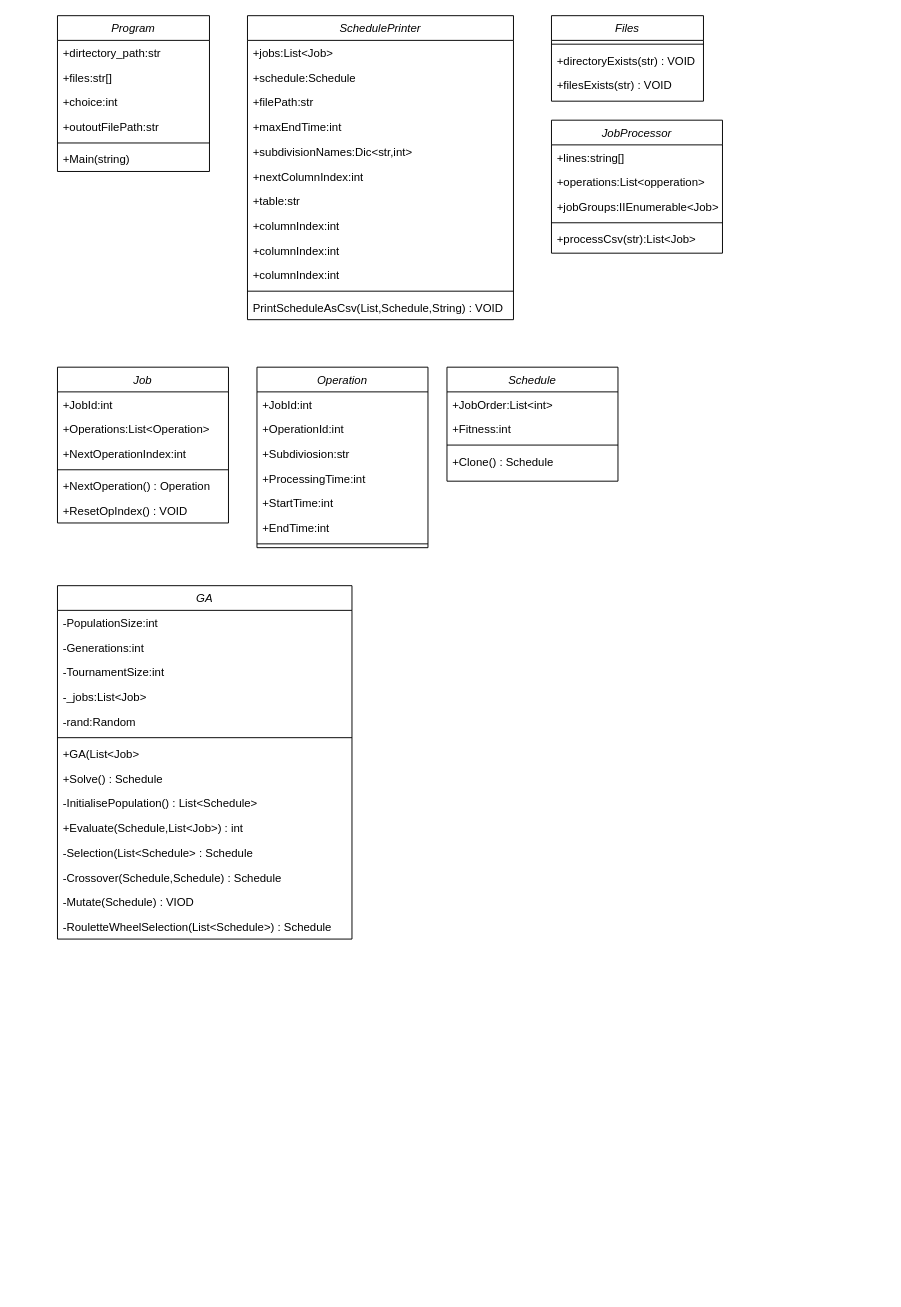
This is jssp/UML/UML.drawio from fynley17/JSSP, a draw.io file, before an edit. Source tidied: cells renumbered, new cells numbered last; positions are measured from the earlier drawing's top-left corner, leaving out a move shared by most shapes. Both pictures are drawn from the tidied source at 95%, with x=0, y=0 at pixel (57, 15).
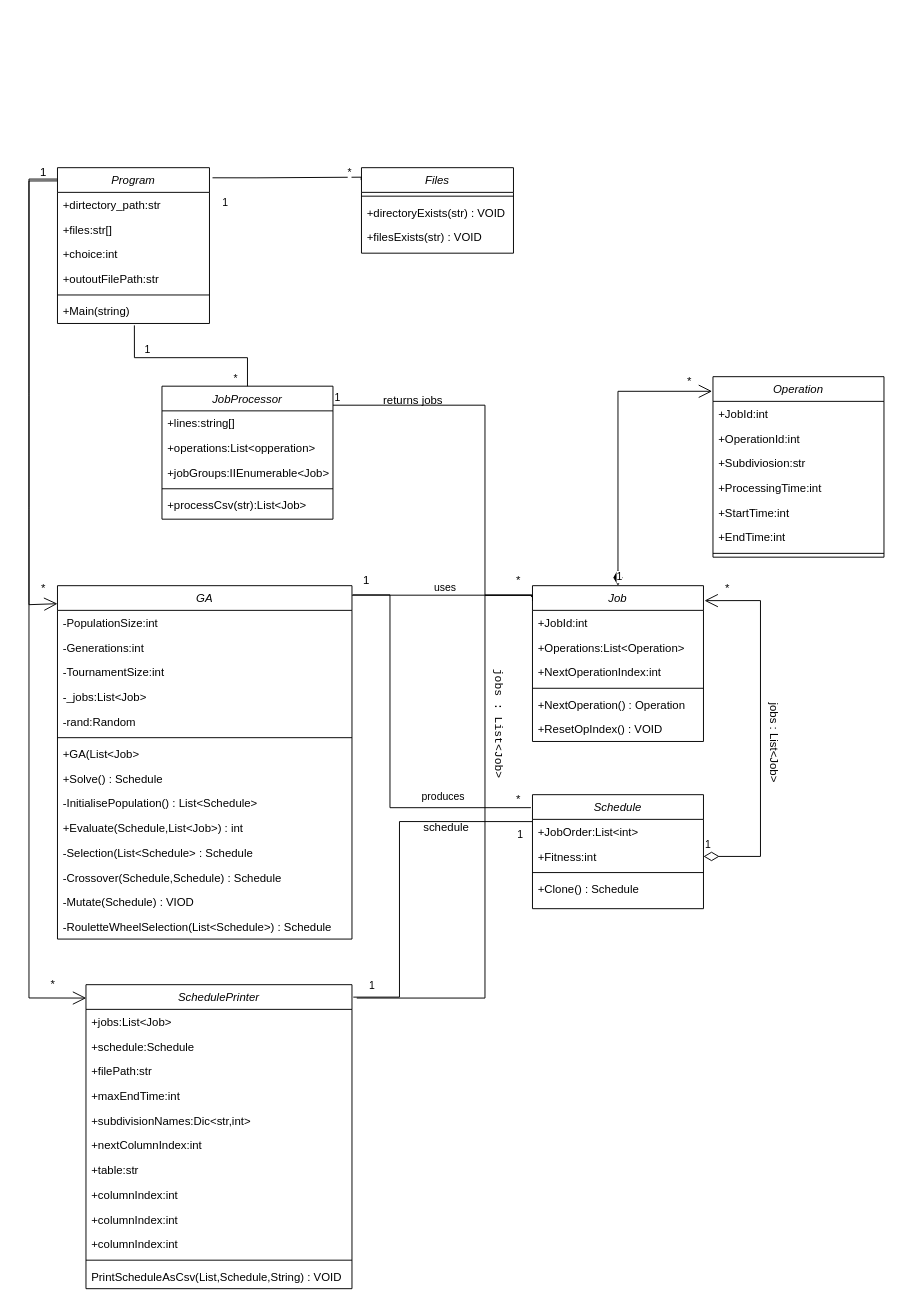
After the change.

Commit message:
finishing uml

The change refers to these unchanged cells:
```xml
<mxCell id="8" value="+Main(string)" style="text;align=left;verticalAlign=top;spacingLeft=4;spacingRight=4;overflow=hidden;points=[[0,0.5],[1,0.5]];portConstraint=eastwest;" parent="2" vertex="1">
  <mxGeometry y="138" width="160" height="26" as="geometry" />
</mxCell>
<mxCell id="48" value="+JobOrder:List&lt;int&gt;" style="text;align=left;verticalAlign=top;spacingLeft=4;spacingRight=4;overflow=hidden;points=[[0,0.5],[1,0.5]];portConstraint=eastwest;" parent="47" vertex="1">
  <mxGeometry y="26" width="180" height="26" as="geometry" />
</mxCell>
<mxCell id="49" value="+Fitness:int" style="text;align=left;verticalAlign=top;spacingLeft=4;spacingRight=4;overflow=hidden;points=[[0,0.5],[1,0.5]];portConstraint=eastwest;rounded=0;shadow=0;html=0;" parent="47" vertex="1">
  <mxGeometry y="52" width="180" height="26" as="geometry" />
</mxCell>
<mxCell id="52" value="GA" style="swimlane;fontStyle=2;align=center;verticalAlign=top;horizontal=1;startSize=26;rounded=0;shadow=0;strokeWidth=1;" parent="1" vertex="1">
  <mxGeometry y="600" width="310" height="372" as="geometry" />
</mxCell>
```

Diff of the diagram source:
```diff
@@
     <mxCell id="2" value="Program" style="swimlane;fontStyle=2;align=center;verticalAlign=top;horizontal=1;startSize=26;rounded=0;shadow=0;strokeWidth=1;" parent="1" vertex="1">
-      <mxGeometry width="160" height="164" as="geometry" />
+      <mxGeometry y="160" width="160" height="164" as="geometry" />
     </mxCell>
@@
     <mxCell id="9" value="SchedulePrinter" style="swimlane;fontStyle=2;align=center;verticalAlign=top;horizontal=1;startSize=26;rounded=0;shadow=0;strokeWidth=1;" parent="1" vertex="1">
-      <mxGeometry x="200" width="280" height="320" as="geometry" />
+      <mxGeometry x="30" y="1020" width="280" height="320" as="geometry" />
     </mxCell>
@@
     <mxCell id="22" value="Files" style="swimlane;fontStyle=2;align=center;verticalAlign=top;horizontal=1;startSize=26;rounded=0;shadow=0;strokeWidth=1;" parent="1" vertex="1">
-      <mxGeometry x="520" width="160" height="90" as="geometry" />
+      <mxGeometry x="320" y="160" width="160" height="90" as="geometry" />
     </mxCell>
@@
     <mxCell id="26" value="JobProcessor" style="swimlane;fontStyle=2;align=center;verticalAlign=top;horizontal=1;startSize=26;rounded=0;shadow=0;strokeWidth=1;" parent="1" vertex="1">
-      <mxGeometry x="520" y="110" width="180" height="140" as="geometry" />
+      <mxGeometry x="110" y="390" width="180" height="140" as="geometry" />
     </mxCell>
@@
     <mxCell id="32" value="Job" style="swimlane;fontStyle=2;align=center;verticalAlign=top;horizontal=1;startSize=26;rounded=0;shadow=0;strokeWidth=1;" parent="1" vertex="1">
-      <mxGeometry y="370" width="180" height="164" as="geometry" />
+      <mxGeometry x="500" y="600" width="180" height="164" as="geometry" />
     </mxCell>
@@
     <mxCell id="39" value="Operation" style="swimlane;fontStyle=2;align=center;verticalAlign=top;horizontal=1;startSize=26;rounded=0;shadow=0;strokeWidth=1;" parent="1" vertex="1">
-      <mxGeometry x="210" y="370" width="180" height="190" as="geometry" />
+      <mxGeometry x="690" y="380" width="180" height="190" as="geometry" />
     </mxCell>
@@
     <mxCell id="47" value="Schedule" style="swimlane;fontStyle=2;align=center;verticalAlign=top;horizontal=1;startSize=26;rounded=0;shadow=0;strokeWidth=1;" parent="1" vertex="1">
-      <mxGeometry x="410" y="370" width="180" height="120" as="geometry" />
+      <mxGeometry x="500" y="820" width="180" height="120" as="geometry" />
     </mxCell>
@@
+    <mxCell id="67" style="endArrow=none;html=1;edgeStyle=orthogonalEdgeStyle;rounded=0;" parent="1" edge="1">
+      <mxGeometry relative="1" as="geometry">
+        <mxPoint x="310" y="610" as="sourcePoint" />
+        <mxPoint x="500" y="610" as="targetPoint" />
+        <Array as="points">
+          <mxPoint x="498" y="610" />
+        </Array>
+      </mxGeometry>
+    </mxCell>
+    <mxCell id="68" value="uses" style="edgeLabel;html=1;align=right;verticalAlign=bottom;" parent="67" vertex="1">
+      <mxGeometry x="1" relative="1" as="geometry">
+        <mxPoint x="-80" as="offset" />
+      </mxGeometry>
+    </mxCell>
+    <mxCell id="69" style="endArrow=none;html=1;edgeStyle=orthogonalEdgeStyle;rounded=0;exitX=1.003;exitY=0.026;exitDx=0;exitDy=0;exitPerimeter=0;entryX=-0.009;entryY=0.114;entryDx=0;entryDy=0;entryPerimeter=0;" parent="1" edge="1" source="52" target="47">
+      <mxGeometry relative="1" as="geometry">
+        <Array as="points">
+          <mxPoint x="350" y="610" />
+          <mxPoint x="350" y="834" />
+        </Array>
+      </mxGeometry>
+    </mxCell>
+    <mxCell id="70" value="produces" style="edgeLabel;html=1;align=right;verticalAlign=bottom;" parent="69" vertex="1">
+      <mxGeometry x="1" relative="1" as="geometry">
+        <mxPoint x="-69" y="-4" as="offset" />
+      </mxGeometry>
+    </mxCell>
+    <mxCell id="71" value="1" style="text;html=1;align=center;verticalAlign=middle;strokeColor=none;fillColor=none;" parent="1" vertex="1">
+      <mxGeometry x="310" y="580" width="30" height="30" as="geometry" />
+    </mxCell>
+    <mxCell id="72" value="*" style="text;html=1;align=center;verticalAlign=middle;strokeColor=none;fillColor=none;" parent="1" vertex="1">
+      <mxGeometry x="470" y="580" width="30" height="30" as="geometry" />
+    </mxCell>
+    <mxCell id="73" value="*" style="text;html=1;align=center;verticalAlign=middle;strokeColor=none;fillColor=none;" parent="1" vertex="1">
+      <mxGeometry x="470" y="810" width="30" height="30" as="geometry" />
+    </mxCell>
+    <mxCell id="74" value="1" style="endArrow=open;html=1;endSize=12;startArrow=diamondThin;startSize=14;startFill=0;edgeStyle=orthogonalEdgeStyle;align=left;verticalAlign=bottom;rounded=0;exitX=1;exitY=0.5;exitDx=0;exitDy=0;entryX=1.006;entryY=0.096;entryDx=0;entryDy=0;entryPerimeter=0;" parent="1" edge="1" source="49" target="32">
+      <mxGeometry x="-1" y="3" relative="1" as="geometry">
+        <Array as="points">
+          <mxPoint x="740" y="885" />
+          <mxPoint x="740" y="616" />
+        </Array>
+      </mxGeometry>
+    </mxCell>
+    <mxCell id="75" value="*" style="text;html=1;align=center;verticalAlign=middle;strokeColor=none;fillColor=none;" parent="1" vertex="1">
+      <mxGeometry x="690" y="588" width="30" height="30" as="geometry" />
+    </mxCell>
+    <mxCell id="76" value="jobs : List&amp;lt;Job&amp;gt;" style="text;html=1;align=center;verticalAlign=middle;strokeColor=none;fillColor=none;rotation=90;" parent="1" vertex="1">
+      <mxGeometry x="700" y="750" width="110" height="30" as="geometry" />
+    </mxCell>
+    <mxCell id="77" value="1" style="endArrow=open;html=1;endSize=12;startArrow=diamondThin;startSize=14;startFill=1;edgeStyle=orthogonalEdgeStyle;align=left;verticalAlign=bottom;rounded=0;entryX=-0.005;entryY=0.081;entryDx=0;entryDy=0;entryPerimeter=0;exitX=0.5;exitY=0;exitDx=0;exitDy=0;" parent="1" edge="1" source="32" target="39">
+      <mxGeometry x="-1" y="3" relative="1" as="geometry" />
+    </mxCell>
+    <mxCell id="78" value="*" style="text;html=1;align=center;verticalAlign=middle;strokeColor=none;fillColor=none;" parent="1" vertex="1">
+      <mxGeometry x="650" y="370" width="30" height="30" as="geometry" />
+    </mxCell>
+    <mxCell id="79" style="endArrow=none;html=1;edgeStyle=orthogonalEdgeStyle;rounded=0;exitX=1.005;exitY=0.041;exitDx=0;exitDy=0;exitPerimeter=0;entryX=-0.002;entryY=0.09;entryDx=0;entryDy=0;entryPerimeter=0;" parent="1" edge="1" source="9" target="48">
+      <mxGeometry relative="1" as="geometry">
+        <Array as="points">
+          <mxPoint x="360" y="1033" />
+          <mxPoint x="360" y="848" />
+        </Array>
+      </mxGeometry>
+    </mxCell>
+    <mxCell id="80" value="1" style="edgeLabel;html=1;align=center;verticalAlign=middle;" parent="79" vertex="1">
+      <mxGeometry x="-0.91" y="11" relative="1" as="geometry">
+        <mxPoint x="2" y="-2" as="offset" />
+      </mxGeometry>
+    </mxCell>
+    <mxCell id="81" value="1" style="edgeLabel;html=1;align=center;verticalAlign=middle;" parent="1" vertex="1">
+      <mxGeometry x="450" y="1020" as="geometry">
+        <mxPoint x="36" y="-159" as="offset" />
+      </mxGeometry>
+    </mxCell>
+    <mxCell id="82" value="schedule" style="text;html=1;align=center;verticalAlign=middle;strokeColor=none;fillColor=none;" parent="1" vertex="1">
+      <mxGeometry x="374" y="840" width="70" height="30" as="geometry" />
+    </mxCell>
+    <mxCell id="83" style="endArrow=none;html=1;edgeStyle=orthogonalEdgeStyle;rounded=0;exitX=1.018;exitY=0.044;exitDx=0;exitDy=0;exitPerimeter=0;entryX=0;entryY=0.098;entryDx=0;entryDy=0;entryPerimeter=0;" parent="1" edge="1" source="9" target="32">
+      <mxGeometry relative="1" as="geometry">
+        <Array as="points">
+          <mxPoint x="450" y="1034" />
+          <mxPoint x="450" y="610" />
+          <mxPoint x="500" y="610" />
+        </Array>
+      </mxGeometry>
+    </mxCell>
+    <mxCell id="84" value="&lt;code&gt;jobs : List&amp;lt;Job&amp;gt;&lt;/code&gt;" style="text;html=1;align=center;verticalAlign=middle;strokeColor=none;fillColor=none;rotation=90;" parent="1" vertex="1">
+      <mxGeometry x="400" y="730" width="130" height="30" as="geometry" />
+    </mxCell>
+    <mxCell id="85" style="endArrow=none;html=1;edgeStyle=orthogonalEdgeStyle;rounded=0;exitX=1;exitY=0.143;exitDx=0;exitDy=0;exitPerimeter=0;entryX=-0.006;entryY=0.073;entryDx=0;entryDy=0;entryPerimeter=0;" parent="1" edge="1" source="26" target="32">
+      <mxGeometry relative="1" as="geometry">
+        <Array as="points">
+          <mxPoint x="450" y="410" />
+          <mxPoint x="450" y="610" />
+          <mxPoint x="499" y="610" />
+        </Array>
+      </mxGeometry>
+    </mxCell>
+    <mxCell id="86" value="1" style="edgeLabel;html=1;align=left;verticalAlign=bottom;" parent="85" vertex="1">
+      <mxGeometry x="-1" relative="1" as="geometry" />
+    </mxCell>
+    <mxCell id="87" value="returns jobs" style="text;html=1;align=center;verticalAlign=middle;strokeColor=none;fillColor=none;" parent="1" vertex="1">
+      <mxGeometry x="329" y="390" width="90" height="30" as="geometry" />
+    </mxCell>
+    <mxCell id="88" style="endArrow=open;endFill=1;endSize=12;html=1;rounded=0;exitX=0;exitY=0.085;exitDx=0;exitDy=0;exitPerimeter=0;entryX=0;entryY=0.051;entryDx=0;entryDy=0;entryPerimeter=0;" parent="1" edge="1" source="2" target="52">
+      <mxGeometry relative="1" as="geometry">
+        <Array as="points">
+          <mxPoint x="-30" y="174" />
+          <mxPoint x="-30" y="400" />
+          <mxPoint x="-30" y="520" />
+          <mxPoint x="-30" y="620" />
+        </Array>
+      </mxGeometry>
+    </mxCell>
+    <mxCell id="89" value="1" style="text;html=1;align=center;verticalAlign=middle;strokeColor=none;fillColor=none;" parent="1" vertex="1">
+      <mxGeometry x="-30" y="150" width="30" height="30" as="geometry" />
+    </mxCell>
+    <mxCell id="90" value="*" style="text;html=1;align=center;verticalAlign=middle;strokeColor=none;fillColor=none;" parent="1" vertex="1">
+      <mxGeometry x="-30" y="588" width="30" height="30" as="geometry" />
+    </mxCell>
+    <mxCell id="91" style="endArrow=open;endFill=1;endSize=12;html=1;rounded=0;exitX=0;exitY=0.085;exitDx=0;exitDy=0;exitPerimeter=0;entryX=0.001;entryY=0.044;entryDx=0;entryDy=0;entryPerimeter=0;" parent="1" edge="1" target="9">
+      <mxGeometry relative="1" as="geometry">
+        <mxPoint y="172" as="sourcePoint" />
+        <Array as="points">
+          <mxPoint x="-30" y="172" />
+          <mxPoint x="-30" y="398" />
+          <mxPoint x="-30" y="518" />
+          <mxPoint x="-30" y="618" />
+          <mxPoint x="-30" y="1034" />
+        </Array>
+      </mxGeometry>
+    </mxCell>
+    <mxCell id="92" value="*" style="text;html=1;align=center;verticalAlign=middle;strokeColor=none;fillColor=none;" parent="1" vertex="1">
+      <mxGeometry x="-20" y="1005" width="30" height="30" as="geometry" />
+    </mxCell>
+    <mxCell id="93" style="endArrow=none;html=1;edgeStyle=orthogonalEdgeStyle;rounded=0;exitX=0.506;exitY=1.077;exitDx=0;exitDy=0;exitPerimeter=0;entryX=0.5;entryY=0;entryDx=0;entryDy=0;" parent="1" edge="1" source="8" target="26">
+      <mxGeometry relative="1" as="geometry">
+        <Array as="points">
+          <mxPoint x="81" y="360" />
+          <mxPoint x="200" y="360" />
+        </Array>
+      </mxGeometry>
+    </mxCell>
+    <mxCell id="94" value="1" style="edgeLabel;html=1;align=left;verticalAlign=bottom;" parent="93" vertex="1">
+      <mxGeometry x="-1" relative="1" as="geometry">
+        <mxPoint x="9" y="34" as="offset" />
+      </mxGeometry>
+    </mxCell>
+    <mxCell id="95" value="*" style="edgeLabel;html=1;align=right;verticalAlign=bottom;" parent="93" vertex="1">
+      <mxGeometry x="1" relative="1" as="geometry">
+        <mxPoint x="-10" as="offset" />
+      </mxGeometry>
+    </mxCell>
+    <mxCell id="96" style="endArrow=none;html=1;edgeStyle=orthogonalEdgeStyle;rounded=0;exitX=1.02;exitY=0.065;exitDx=0;exitDy=0;exitPerimeter=0;entryX=-0.002;entryY=0.145;entryDx=0;entryDy=0;entryPerimeter=0;" parent="1" edge="1" source="2" target="22">
+      <mxGeometry relative="1" as="geometry">
+        <Array as="points">
+          <mxPoint x="210" y="171" />
+          <mxPoint x="320" y="170" />
+        </Array>
+      </mxGeometry>
+    </mxCell>
+    <mxCell id="97" value="1" style="edgeLabel;html=1;align=left;verticalAlign=bottom;" parent="96" vertex="1">
+      <mxGeometry x="-1" relative="1" as="geometry">
+        <mxPoint x="9" y="34" as="offset" />
+      </mxGeometry>
+    </mxCell>
+    <mxCell id="98" value="*" style="edgeLabel;html=1;align=right;verticalAlign=bottom;" parent="96" vertex="1">
+      <mxGeometry x="1" relative="1" as="geometry">
+        <mxPoint x="-10" as="offset" />
+      </mxGeometry>
+    </mxCell>
```
